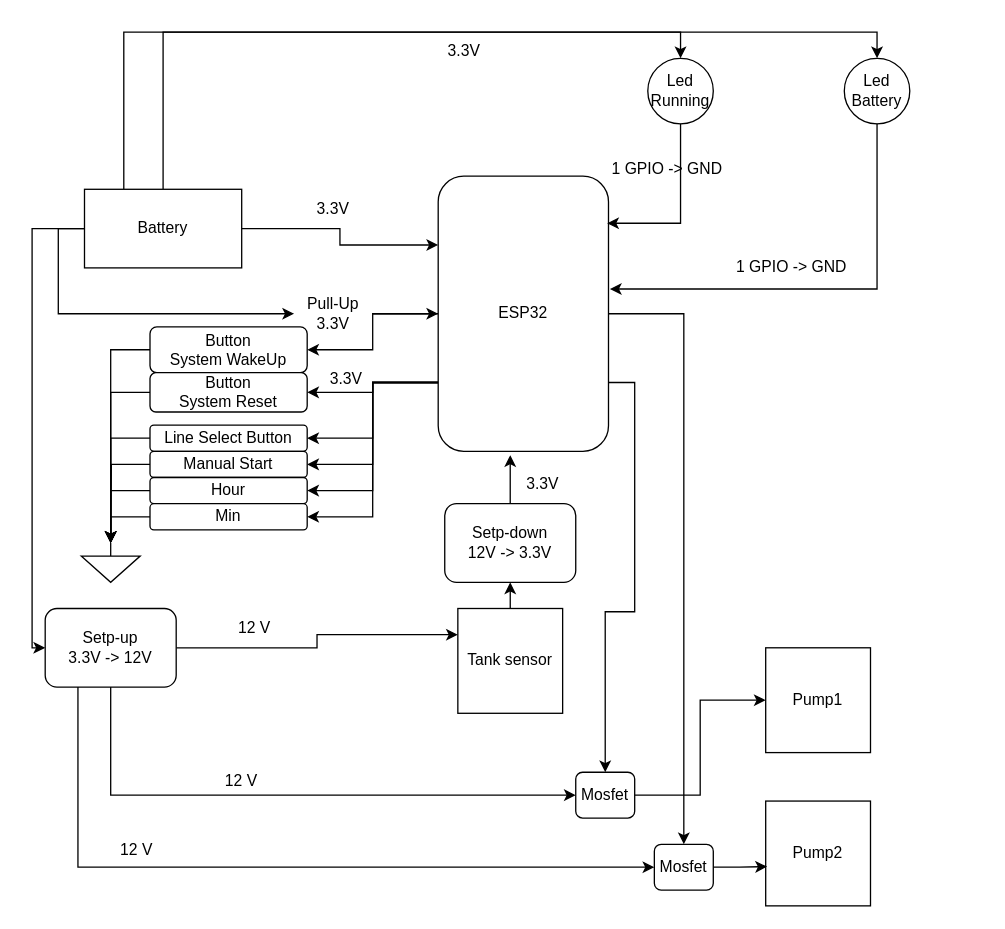
Earlier version of the draw.io diagram 01_Hardware/GeneralSchematics.drawio (marcy05/sprinkler). Source tidied: cells renumbered, new cells numbered last; positions are measured from the earlier drawing's top-left corner, leaving out a move shared by most shapes. Both pictures are drawn from the tidied source at 131%, with x=0, y=0 at pixel (31, 31).
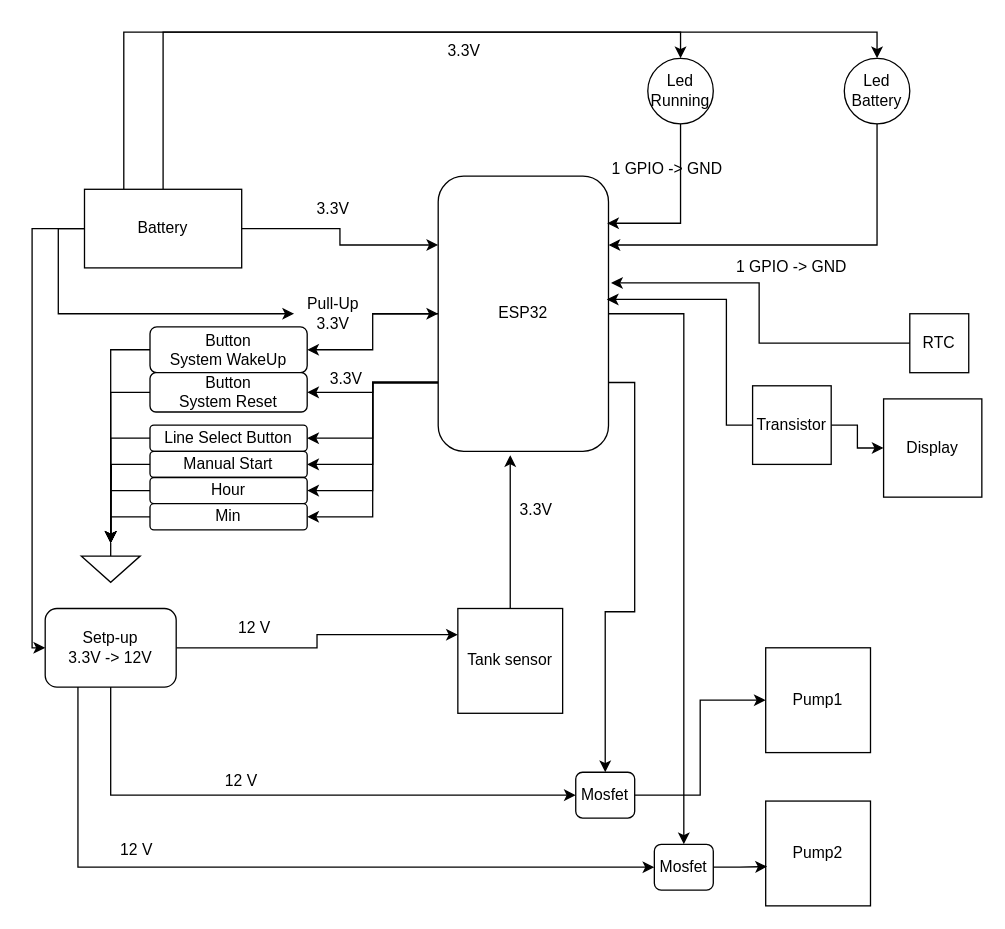
The same page after the edit.

The change refers to these unchanged cells:
```xml
<mxCell id="11" value="ESP32" style="rounded=1;whiteSpace=wrap;html=1;" parent="1" vertex="1">
  <mxGeometry x="310" y="110" width="130" height="210" as="geometry" />
</mxCell>
<mxCell id="15" value="Led Battery" style="ellipse;whiteSpace=wrap;html=1;" parent="1" vertex="1">
  <mxGeometry x="620" y="20" width="50" height="50" as="geometry" />
</mxCell>
<mxCell id="28" value="Tank sensor" style="whiteSpace=wrap;html=1;" parent="1" vertex="1">
  <mxGeometry x="325" y="440" width="80" height="80" as="geometry" />
</mxCell>
```

The edit, as a diff of the source:
```diff
@@
-    <mxCell id="27" style="edgeStyle=orthogonalEdgeStyle;rounded=0;jettySize=auto;html=1;exitX=0.5;exitY=0;exitDx=0;exitDy=0;entryX=0.5;entryY=1;entryDx=0;entryDy=0;" parent="1" edge="1" source="28" target="32">
-      <mxGeometry relative="1" as="geometry" />
-    </mxCell>
@@
-    <mxCell id="32" value="Setp-down&lt;div&gt;&lt;span style=&quot;background-color: transparent; color: light-dark(rgb(0, 0, 0), rgb(255, 255, 255));&quot;&gt;12V -&amp;gt;&amp;nbsp;&lt;/span&gt;&lt;span style=&quot;background-color: transparent; color: light-dark(rgb(0, 0, 0), rgb(255, 255, 255));&quot;&gt;3.3V&lt;/span&gt;&lt;/div&gt;" style="rounded=1;whiteSpace=wrap;html=1;" parent="1" vertex="1">
-      <mxGeometry x="315" y="360" width="100" height="60" as="geometry" />
-    </mxCell>
-    <mxCell id="33" style="edgeStyle=orthogonalEdgeStyle;rounded=0;jettySize=auto;html=1;exitX=0.5;exitY=0;exitDx=0;exitDy=0;entryX=0.423;entryY=1.014;entryDx=0;entryDy=0;entryPerimeter=0;" parent="1" edge="1" source="32" target="11">
+    <mxCell id="33" style="edgeStyle=orthogonalEdgeStyle;rounded=0;jettySize=auto;html=1;exitX=0.5;exitY=0;exitDx=0;exitDy=0;entryX=0.423;entryY=1.014;entryDx=0;entryDy=0;entryPerimeter=0;" parent="1" edge="1" source="28" target="11">
       <mxGeometry relative="1" as="geometry" />
     </mxCell>
@@
     <mxCell id="35" value="3.3V" style="text;html=1;align=center;verticalAlign=middle;whiteSpace=wrap;rounded=0;" parent="1" vertex="1">
-      <mxGeometry x="360" y="330" width="60" height="30" as="geometry" />
+      <mxGeometry x="355" y="350" width="60" height="30" as="geometry" />
     </mxCell>
@@
-    <mxCell id="40" style="edgeStyle=orthogonalEdgeStyle;rounded=0;jettySize=auto;html=1;entryX=1.008;entryY=0.41;entryDx=0;entryDy=0;entryPerimeter=0;" parent="1" edge="1" source="15" target="11">
+    <mxCell id="40" style="edgeStyle=orthogonalEdgeStyle;rounded=0;jettySize=auto;html=1;entryX=1;entryY=0.25;entryDx=0;entryDy=0;" parent="1" edge="1" source="15" target="11">
       <mxGeometry relative="1" as="geometry">
         <Array as="points">
-          <mxPoint x="645" y="196" />
+          <mxPoint x="645" y="163" />
+          <mxPoint x="440" y="163" />
         </Array>
       </mxGeometry>
     </mxCell>
@@
+    <mxCell id="59" value="RTC" style="whiteSpace=wrap;html=1;" parent="1" vertex="1">
+      <mxGeometry x="670" y="215" width="45" height="45" as="geometry" />
+    </mxCell>
+    <mxCell id="60" value="Display" style="whiteSpace=wrap;html=1;" parent="1" vertex="1">
+      <mxGeometry x="650" y="280" width="75" height="75" as="geometry" />
+    </mxCell>
+    <mxCell id="61" style="edgeStyle=orthogonalEdgeStyle;rounded=0;jettySize=auto;html=1;entryX=0;entryY=0.5;entryDx=0;entryDy=0;" parent="1" edge="1" source="62" target="60">
+      <mxGeometry relative="1" as="geometry" />
+    </mxCell>
+    <mxCell id="62" value="Transistor" style="whiteSpace=wrap;html=1;" parent="1" vertex="1">
+      <mxGeometry x="550" y="270" width="60" height="60" as="geometry" />
+    </mxCell>
+    <mxCell id="63" style="edgeStyle=orthogonalEdgeStyle;rounded=0;jettySize=auto;html=1;exitX=0;exitY=0.5;exitDx=0;exitDy=0;entryX=1.015;entryY=0.388;entryDx=0;entryDy=0;entryPerimeter=0;" parent="1" edge="1" source="59" target="11">
+      <mxGeometry relative="1" as="geometry" />
+    </mxCell>
+    <mxCell id="64" style="edgeStyle=orthogonalEdgeStyle;rounded=0;jettySize=auto;html=1;exitX=0;exitY=0.5;exitDx=0;exitDy=0;entryX=0.99;entryY=0.448;entryDx=0;entryDy=0;entryPerimeter=0;" parent="1" edge="1" source="62" target="11">
+      <mxGeometry relative="1" as="geometry">
+        <Array as="points">
+          <mxPoint x="530" y="300" />
+          <mxPoint x="530" y="204" />
+        </Array>
+      </mxGeometry>
+    </mxCell>
```
